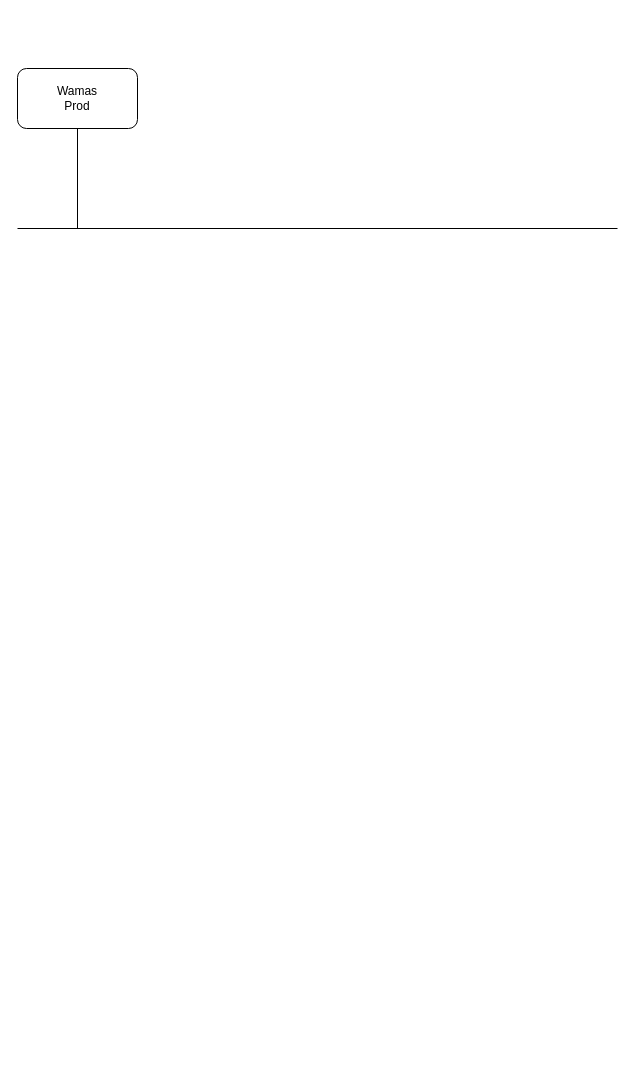
lhirdman/log4 keeps this draw.io diagram as databases_overview.drawio. Above is the earlier version. Source tidied: cells renumbered, new cells numbered last; positions are measured from the earlier drawing's top-left corner, leaving out a move shared by most shapes. Both pictures are drawn from the tidied source at 100%, with x=0, y=0 at pixel (17, 68).
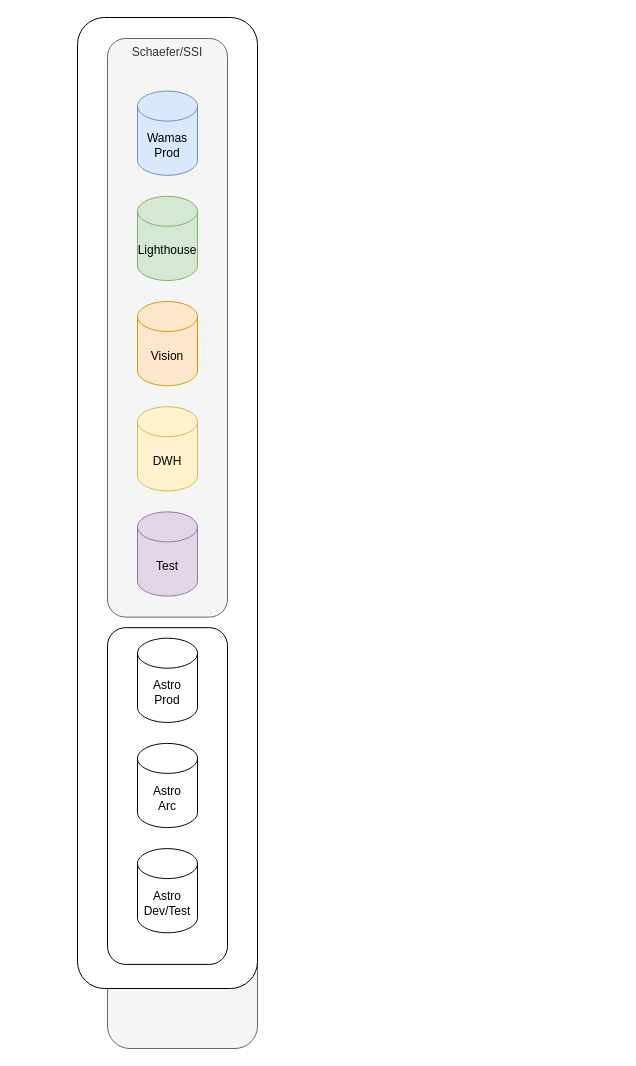
After the change.

The edit, as a diff of the source:
```diff
@@
 <mxGraphModel>
   <root>
     <mxCell id="0" />
     <mxCell id="1" parent="0" />
+    <mxCell id="5" style="group;fillColor=#f5f5f5;fontColor=#333333;strokeColor=#666666;rounded=1;" parent="1" vertex="1">
+      <mxGeometry x="90" y="-30" width="150" height="1010" as="geometry" />
+    </mxCell>
+    <mxCell id="6" style="rounded=1;whiteSpace=wrap;html=1;" parent="5" vertex="1">
+      <mxGeometry x="-30" y="-21" width="180" height="971" as="geometry" />
+    </mxCell>
-    <mxCell id="2" value="Wamas&lt;br&gt;Prod" style="rounded=1;whiteSpace=wrap;html=1;" parent="1" vertex="1">
-      <mxGeometry width="120" height="60" as="geometry" />
+    <mxCell id="2" value="Schaefer/SSI" style="rounded=1;whiteSpace=wrap;html=1;labelPosition=center;verticalLabelPosition=middle;align=center;verticalAlign=top;fillColor=#f5f5f5;fontColor=#333333;strokeColor=#666666;" parent="5" vertex="1">
+      <mxGeometry width="120" height="578.6" as="geometry" />
     </mxCell>
-    <mxCell id="3" style="endArrow=none;html=1;rounded=0;entryX=0.5;entryY=1;entryDx=0;entryDy=0;" parent="1" edge="1" target="2">
-      <mxGeometry relative="1" as="geometry">
-        <mxPoint x="60" y="160" as="sourcePoint" />
-      </mxGeometry>
-    </mxCell>
-    <mxCell id="4" style="endArrow=none;html=1;rounded=0;" parent="1" edge="1">
-      <mxGeometry relative="1" as="geometry">
-        <mxPoint y="160" as="sourcePoint" />
-        <mxPoint x="600" y="160" as="targetPoint" />
-      </mxGeometry>
-    </mxCell>
+    <mxCell id="7" value="Wamas&lt;br&gt;Prod" style="shape=cylinder3;whiteSpace=wrap;html=1;boundedLbl=1;backgroundOutline=1;size=15;fillColor=#dae8fc;strokeColor=#6c8ebf;" parent="5" vertex="1">
+      <mxGeometry x="30" y="52.6" width="60" height="84.2" as="geometry" />
+    </mxCell>
+    <mxCell id="8" value="Lighthouse" style="shape=cylinder3;whiteSpace=wrap;html=1;boundedLbl=1;backgroundOutline=1;size=15;fillColor=#d5e8d4;strokeColor=#82b366;" parent="5" vertex="1">
+      <mxGeometry x="30" y="157.8" width="60" height="84.2" as="geometry" />
+    </mxCell>
+    <mxCell id="9" value="Vision" style="shape=cylinder3;whiteSpace=wrap;html=1;boundedLbl=1;backgroundOutline=1;size=15;fillColor=#ffe6cc;strokeColor=#d79b00;" parent="5" vertex="1">
+      <mxGeometry x="30" y="263" width="60" height="84.2" as="geometry" />
+    </mxCell>
+    <mxCell id="10" value="DWH" style="shape=cylinder3;whiteSpace=wrap;html=1;boundedLbl=1;backgroundOutline=1;size=15;fillColor=#fff2cc;strokeColor=#d6b656;" parent="5" vertex="1">
+      <mxGeometry x="30" y="368.2" width="60" height="84.2" as="geometry" />
+    </mxCell>
+    <mxCell id="11" value="Test" style="shape=cylinder3;whiteSpace=wrap;html=1;boundedLbl=1;backgroundOutline=1;size=15;fillColor=#e1d5e7;strokeColor=#9673a6;" parent="5" vertex="1">
+      <mxGeometry x="30" y="473.4" width="60" height="84.2" as="geometry" />
+    </mxCell>
+    <mxCell id="12" style="rounded=1;whiteSpace=wrap;html=1;" parent="5" vertex="1">
+      <mxGeometry y="589.2" width="120" height="336.7" as="geometry" />
+    </mxCell>
+    <mxCell id="13" value="Astro&lt;br&gt;Prod" style="shape=cylinder3;whiteSpace=wrap;html=1;boundedLbl=1;backgroundOutline=1;size=15;rounded=1;" parent="5" vertex="1">
+      <mxGeometry x="30" y="599.7" width="60" height="84.2" as="geometry" />
+    </mxCell>
+    <mxCell id="14" value="Astro&lt;br&gt;Arc" style="shape=cylinder3;whiteSpace=wrap;html=1;boundedLbl=1;backgroundOutline=1;size=15;rounded=1;" parent="5" vertex="1">
+      <mxGeometry x="30" y="704.9" width="60" height="84.2" as="geometry" />
+    </mxCell>
+    <mxCell id="15" value="Astro&lt;br&gt;Dev/Test" style="shape=cylinder3;whiteSpace=wrap;html=1;boundedLbl=1;backgroundOutline=1;size=15;rounded=1;" parent="5" vertex="1">
+      <mxGeometry x="30" y="810.1" width="60" height="84.2" as="geometry" />
+    </mxCell>
   </root>
 </mxGraphModel>
```
